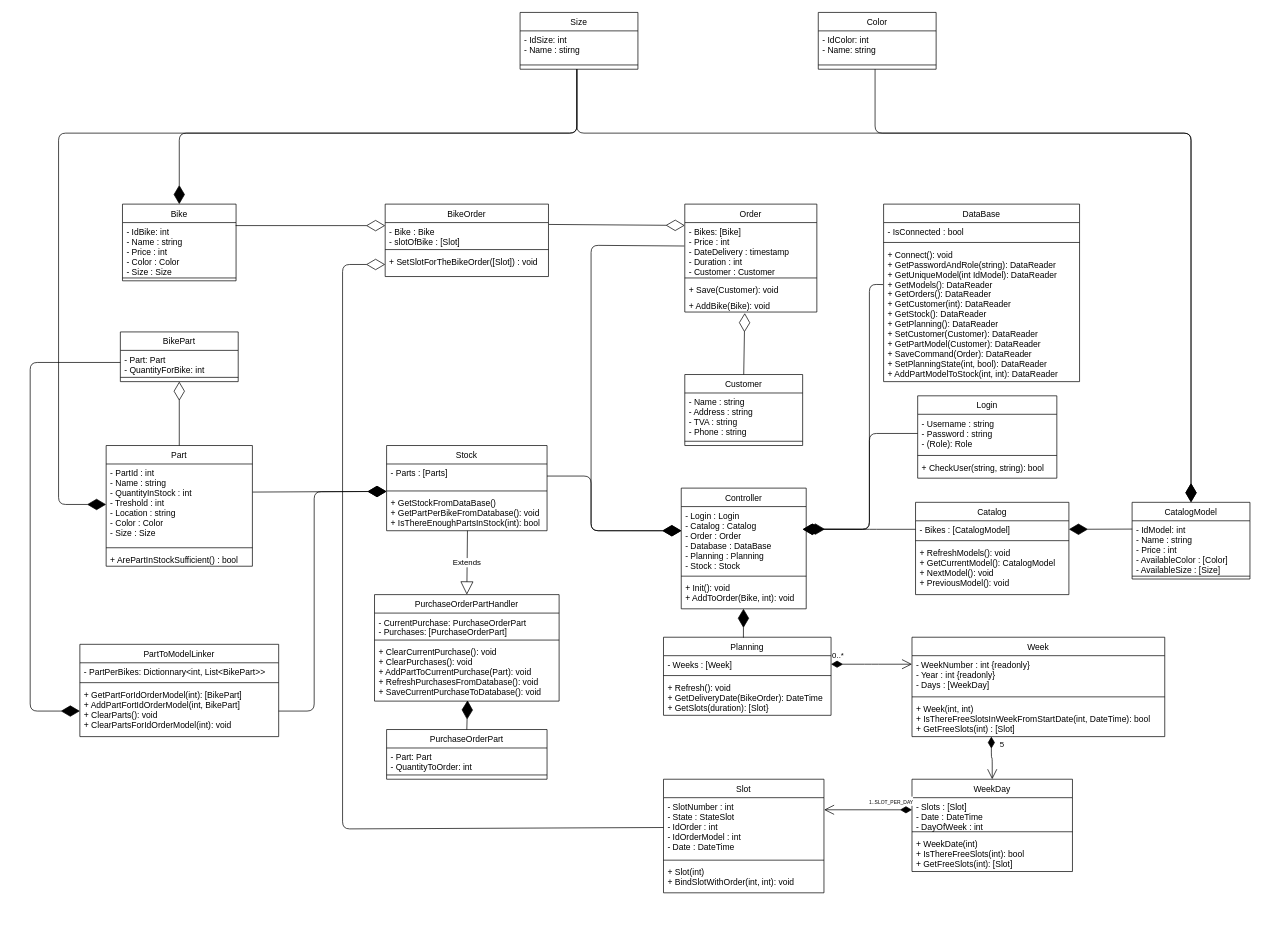
alex210501/GigaBike keeps this draw.io diagram as Diagrams/ClassDiagram.drawio. Above is the earlier version. Source tidied: cells renumbered, new cells numbered last; positions are measured from the earlier drawing's top-left corner, leaving out a move shared by most shapes. Both pictures are drawn from the tidied source at 71%, with x=0, y=0 at pixel (30, 12).
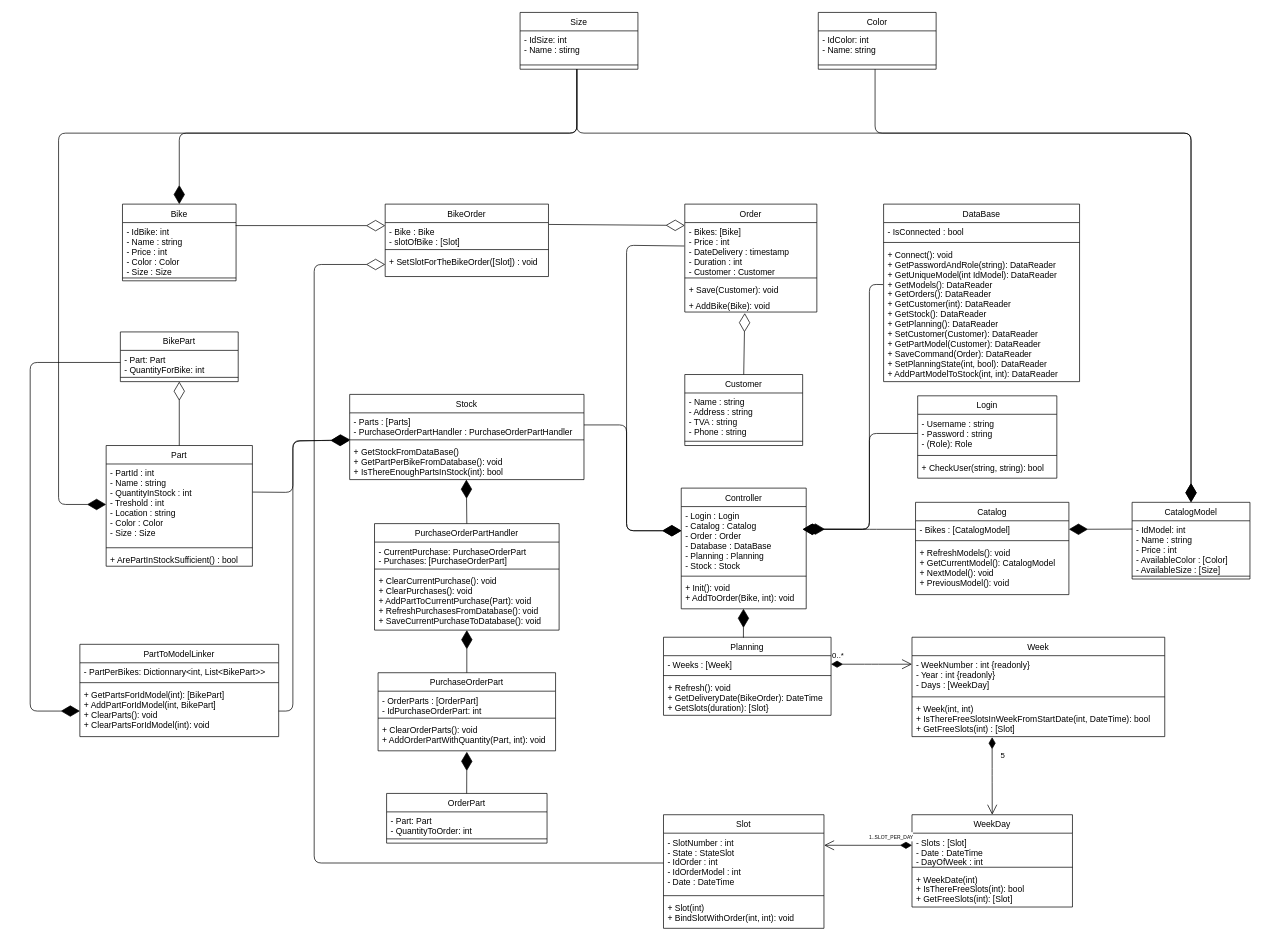
After the change.

Commit message (it also covers changes not shown here):
Add PurchaseOrderPart, PurchaseOrderPartHandler and OrderPart class

Unchanged cells that the change refers to:
```xml
<mxCell id="3" value="- Bikes: [Bike]&#10;- Price : int&#10;- DateDelivery : timestamp&#10;- Duration : int&#10;- Customer : Customer" style="text;align=left;verticalAlign=top;spacingLeft=4;spacingRight=4;overflow=hidden;points=[[0,0.5],[1,0.5]];portConstraint=eastwest;" parent="2" vertex="1">
  <mxGeometry y="26" width="186" height="74" as="geometry" />
</mxCell>
<mxCell id="27" value="- Login : Login&#10;- Catalog : Catalog&#10;- Order : Order&#10;- Database : DataBase&#10;- Planning : Planning&#10;- Stock : Stock" style="text;align=left;verticalAlign=top;spacingLeft=4;spacingRight=4;overflow=hidden;points=[[0,0.5],[1,0.5]];portConstraint=eastwest;" parent="26" vertex="1">
  <mxGeometry y="26" width="176" height="94" as="geometry" />
</mxCell>
<mxCell id="55" value="+ SetSlotForTheBikeOrder([Slot]) : void&#10;" style="text;align=left;verticalAlign=top;spacingLeft=4;spacingRight=4;overflow=hidden;points=[[0,0.5],[1,0.5]];portConstraint=eastwest;" parent="52" vertex="1">
  <mxGeometry y="68" width="230" height="34" as="geometry" />
</mxCell>
<mxCell id="60" value="+ Week(int, int)&#10;+ IsThereFreeSlotsInWeekFromStartDate(int, DateTime): bool&#10;+ GetFreeSlots(int) : [Slot]" style="text;align=left;verticalAlign=top;spacingLeft=4;spacingRight=4;overflow=hidden;points=[[0,0.5],[1,0.5]];portConstraint=eastwest;" parent="57" vertex="1">
  <mxGeometry y="88" width="356" height="52" as="geometry" />
</mxCell>
<mxCell id="66" value="- SlotNumber : int&#10;- State : StateSlot&#10;- IdOrder : int&#10;- IdOrderModel : int&#10;- Date : DateTime" style="text;align=left;verticalAlign=top;spacingLeft=4;spacingRight=4;overflow=hidden;points=[[0,0.5],[1,0.5]];portConstraint=eastwest;" parent="65" vertex="1">
  <mxGeometry y="26" width="226" height="84" as="geometry" />
</mxCell>
<mxCell id="76" value="- PartId : int&#10;- Name : string&#10;- QuantityInStock : int&#10;- Treshold : int&#10;- Location : string&#10;- Color : Color&#10;- Size : Size" style="text;align=left;verticalAlign=top;spacingLeft=4;spacingRight=4;overflow=hidden;points=[[0,0.5],[1,0.5]];portConstraint=eastwest;" parent="75" vertex="1">
  <mxGeometry y="26" width="206" height="114" as="geometry" />
</mxCell>
<mxCell id="90" value="+ ClearCurrentPurchase(): void&#10;+ ClearPurchases(): void&#10;+ AddPartToCurrentPurchase(Part): void&#10;+ RefreshPurchasesFromDatabase(): void&#10;+ SaveCurrentPurchaseToDatabase(): void" style="text;align=left;verticalAlign=top;spacingLeft=4;spacingRight=4;overflow=hidden;points=[[0,0.5],[1,0.5]];portConstraint=eastwest;" parent="87" vertex="1">
  <mxGeometry y="68" width="260" height="82" as="geometry" />
</mxCell>
<mxCell id="98" value="PartToModelLinker" style="swimlane;fontStyle=0;align=center;verticalAlign=top;horizontal=1;startSize=26;rounded=0;shadow=0;strokeWidth=1;" parent="1" vertex="1">
  <mxGeometry x="70" y="890" width="280" height="130" as="geometry" />
</mxCell>
```

Change to the diagram source:
```diff
@@
     <mxCell id="33" style="endArrow=diamondThin;endFill=1;endSize=24;html=1;exitX=-0.004;exitY=0.446;exitDx=0;exitDy=0;exitPerimeter=0;" parent="1" edge="1" source="3">
       <mxGeometry relative="1" as="geometry">
         <mxPoint x="917" y="730" as="targetPoint" />
         <Array as="points">
-          <mxPoint x="790" y="328" />
-          <mxPoint x="790" y="730" />
+          <mxPoint x="840" y="328" />
+          <mxPoint x="840" y="730" />
         </Array>
       </mxGeometry>
     </mxCell>
@@
     <mxCell id="61" value="WeekDay" style="swimlane;fontStyle=0;align=center;verticalAlign=top;horizontal=1;startSize=26;rounded=0;shadow=0;strokeWidth=1;" parent="1" vertex="1">
-      <mxGeometry x="1242" y="1080" width="226" height="130" as="geometry" />
+      <mxGeometry x="1242" y="1130" width="226" height="130" as="geometry" />
     </mxCell>
@@
     <mxCell id="65" value="Slot" style="swimlane;fontStyle=0;align=center;verticalAlign=top;horizontal=1;startSize=26;rounded=0;shadow=0;strokeWidth=1;" parent="1" vertex="1">
-      <mxGeometry x="892" y="1080" width="226" height="160" as="geometry" />
+      <mxGeometry x="892" y="1130" width="226" height="160" as="geometry" />
     </mxCell>
@@
-    <mxCell id="70" value="5" style="endArrow=open;html=1;endSize=12;startArrow=diamondThin;startSize=14;startFill=1;edgeStyle=orthogonalEdgeStyle;align=left;verticalAlign=bottom;exitX=0.314;exitY=0.999;exitDx=0;exitDy=0;exitPerimeter=0;entryX=0.5;entryY=0;entryDx=0;entryDy=0;" parent="1" edge="1" source="60" target="61">
+    <mxCell id="70" value="5" style="endArrow=open;html=1;endSize=12;startArrow=diamondThin;startSize=14;startFill=1;edgeStyle=orthogonalEdgeStyle;align=left;verticalAlign=bottom;exitX=0.317;exitY=1.015;exitDx=0;exitDy=0;exitPerimeter=0;entryX=0.5;entryY=0;entryDx=0;entryDy=0;" parent="1" edge="1" source="60" target="61">
       <mxGeometry x="-0.36" y="10" relative="1" as="geometry" />
     </mxCell>
@@
     <mxCell id="79" value="Stock" style="swimlane;fontStyle=0;align=center;verticalAlign=top;horizontal=1;startSize=26;rounded=0;shadow=0;strokeWidth=1;" parent="1" vertex="1">
-      <mxGeometry x="502" y="610" width="226" height="120" as="geometry" />
+      <mxGeometry x="450" y="538" width="330" height="120" as="geometry" />
     </mxCell>
-    <mxCell id="80" value="- Parts : [Parts]" style="text;align=left;verticalAlign=top;spacingLeft=4;spacingRight=4;overflow=hidden;points=[[0,0.5],[1,0.5]];portConstraint=eastwest;" parent="79" vertex="1">
-      <mxGeometry y="26" width="226" height="34" as="geometry" />
+    <mxCell id="80" value="- Parts : [Parts]&#10;- PurchaseOrderPartHandler : PurchaseOrderPartHandler" style="text;align=left;verticalAlign=top;spacingLeft=4;spacingRight=4;overflow=hidden;points=[[0,0.5],[1,0.5]];portConstraint=eastwest;" parent="79" vertex="1">
+      <mxGeometry y="26" width="330" height="34" as="geometry" />
     </mxCell>
     <mxCell id="81" style="line;html=1;strokeWidth=1;align=left;verticalAlign=middle;spacingTop=-1;spacingLeft=3;spacingRight=3;labelPosition=right;points=[];portConstraint=eastwest;" parent="79" vertex="1">
-      <mxGeometry y="60" width="226" height="8" as="geometry" />
+      <mxGeometry y="60" width="330" height="8" as="geometry" />
     </mxCell>
     <mxCell id="82" value="+ GetStockFromDataBase()&#10;+ GetPartPerBikeFromDatabase(): void&#10;+ IsThereEnoughPartsInStock(int): bool" style="text;align=left;verticalAlign=top;spacingLeft=4;spacingRight=4;overflow=hidden;points=[[0,0.5],[1,0.5]];portConstraint=eastwest;" parent="79" vertex="1">
-      <mxGeometry y="68" width="226" height="52" as="geometry" />
+      <mxGeometry y="68" width="330" height="52" as="geometry" />
     </mxCell>
-    <mxCell id="83" style="endArrow=diamondThin;endFill=1;endSize=24;html=1;exitX=1.002;exitY=0.347;exitDx=0;exitDy=0;exitPerimeter=0;" parent="1" edge="1" source="76" target="81">
-      <mxGeometry relative="1" as="geometry" />
+    <mxCell id="83" style="endArrow=diamondThin;endFill=1;endSize=24;html=1;exitX=1.002;exitY=0.347;exitDx=0;exitDy=0;exitPerimeter=0;entryX=0.002;entryY=0.471;entryDx=0;entryDy=0;entryPerimeter=0;" parent="1" edge="1" source="76" target="81">
+      <mxGeometry relative="1" as="geometry">
+        <Array as="points">
+          <mxPoint x="370" y="676" />
+          <mxPoint x="370" y="604" />
+        </Array>
+      </mxGeometry>
     </mxCell>
     <mxCell id="84" style="endArrow=diamondThin;endFill=1;endSize=24;html=1;entryX=0.003;entryY=0.362;entryDx=0;entryDy=0;entryPerimeter=0;exitX=1;exitY=0.5;exitDx=0;exitDy=0;" parent="1" edge="1" source="80" target="27">
       <mxGeometry relative="1" as="geometry">
         <Array as="points">
-          <mxPoint x="790" y="653" />
-          <mxPoint x="790" y="730" />
+          <mxPoint x="840" y="581" />
+          <mxPoint x="840" y="730" />
         </Array>
       </mxGeometry>
     </mxCell>
@@
     <mxCell id="86" style="endArrow=diamondThin;endFill=0;endSize=24;html=1;exitX=0;exitY=0.5;exitDx=0;exitDy=0;entryX=0;entryY=0.5;entryDx=0;entryDy=0;" parent="1" edge="1" source="66" target="55">
       <mxGeometry relative="1" as="geometry">
         <Array as="points">
-          <mxPoint x="440" y="1150" />
-          <mxPoint x="440" y="355" />
+          <mxPoint x="400" y="1198" />
+          <mxPoint x="400" y="355" />
         </Array>
       </mxGeometry>
     </mxCell>
     <mxCell id="87" value="PurchaseOrderPartHandler" style="swimlane;fontStyle=0;align=center;verticalAlign=top;horizontal=1;startSize=26;rounded=0;shadow=0;strokeWidth=1;" parent="1" vertex="1">
-      <mxGeometry x="485" y="820" width="260" height="150" as="geometry" />
+      <mxGeometry x="485" y="720" width="260" height="150" as="geometry" />
     </mxCell>
@@
-    <mxCell id="91" value="Extends" style="endArrow=block;endSize=16;endFill=0;html=1;exitX=0.504;exitY=1;exitDx=0;exitDy=0;entryX=0.5;entryY=0;entryDx=0;entryDy=0;exitPerimeter=0;" parent="1" edge="1" source="82" target="87">
-      <mxGeometry relative="1" as="geometry" />
-    </mxCell>
     <mxCell id="92" value="PurchaseOrderPart" style="swimlane;fontStyle=0;align=center;verticalAlign=top;horizontal=1;startSize=26;rounded=0;shadow=0;strokeWidth=1;" parent="1" vertex="1">
-      <mxGeometry x="502" y="1010" width="226" height="70" as="geometry" />
+      <mxGeometry x="490" y="930" width="250" height="110" as="geometry" />
     </mxCell>
-    <mxCell id="93" value="- Part: Part&#10;- QuantityToOrder: int" style="text;align=left;verticalAlign=top;spacingLeft=4;spacingRight=4;overflow=hidden;" parent="92" vertex="1">
-      <mxGeometry y="26" width="226" height="34" as="geometry" />
+    <mxCell id="93" value="- OrderParts : [OrderPart]&#10;- IdPurchaseOrderPart: int" style="text;align=left;verticalAlign=top;spacingLeft=4;spacingRight=4;overflow=hidden;" parent="92" vertex="1">
+      <mxGeometry y="26" width="250" height="34" as="geometry" />
     </mxCell>
     <mxCell id="94" style="line;html=1;strokeWidth=1;align=left;verticalAlign=middle;spacingTop=-1;spacingLeft=3;spacingRight=3;labelPosition=right;" parent="92" vertex="1">
-      <mxGeometry y="60" width="226" height="8" as="geometry" />
+      <mxGeometry y="60" width="250" height="8" as="geometry" />
     </mxCell>
+    <mxCell id="104" value="+ ClearOrderParts(): void&#10;+ AddOrderPartWithQuantity(Part, int): void" style="text;align=left;verticalAlign=top;spacingLeft=4;spacingRight=4;overflow=hidden;points=[[0,0.5],[1,0.5]];portConstraint=eastwest;" parent="92" vertex="1">
+      <mxGeometry y="68" width="250" height="42" as="geometry" />
+    </mxCell>
-    <mxCell id="95" style="endArrow=diamondThin;endFill=1;endSize=24;html=1;exitX=0.5;exitY=0;exitDx=0;exitDy=0;" parent="1" edge="1" source="92">
-      <mxGeometry relative="1" as="geometry">
-        <mxPoint x="616" y="969" as="targetPoint" />
-      </mxGeometry>
+    <mxCell id="95" style="endArrow=diamondThin;endFill=1;endSize=24;html=1;exitX=0.5;exitY=0;exitDx=0;exitDy=0;entryX=0.5;entryY=1;entryDx=0;entryDy=0;entryPerimeter=0;" parent="1" edge="1" source="92" target="90">
+      <mxGeometry relative="1" as="geometry" />
     </mxCell>
@@
-    <mxCell id="101" value="+ GetPartForIdOrderModel(int): [BikePart]&#10;+ AddPartFortIdOrderModel(int, BikePart]&#10;+ ClearParts(): void&#10;+ ClearPartsForIdOrderModel(int): void" style="text;align=left;verticalAlign=top;spacingLeft=4;spacingRight=4;overflow=hidden;points=[[0,0.5],[1,0.5]];portConstraint=eastwest;" parent="98" vertex="1">
+    <mxCell id="101" value="+ GetPartsForIdModel(int): [BikePart]&#10;+ AddPartForIdModel(int, BikePart]&#10;+ ClearParts(): void&#10;+ ClearPartsForIdModel(int): void" style="text;align=left;verticalAlign=top;spacingLeft=4;spacingRight=4;overflow=hidden;points=[[0,0.5],[1,0.5]];portConstraint=eastwest;" parent="98" vertex="1">
       <mxGeometry y="58" width="280" height="72" as="geometry" />
     </mxCell>
-    <mxCell id="102" style="endArrow=diamondThin;endFill=1;endSize=24;html=1;exitX=1;exitY=0.5;exitDx=0;exitDy=0;entryX=0;entryY=0.596;entryDx=0;entryDy=0;entryPerimeter=0;" parent="1" edge="1" source="101" target="81">
+    <mxCell id="102" style="endArrow=diamondThin;endFill=1;endSize=24;html=1;exitX=1;exitY=0.5;exitDx=0;exitDy=0;" parent="1" edge="1" source="101">
       <mxGeometry relative="1" as="geometry">
+        <mxPoint x="450" y="603" as="targetPoint" />
         <Array as="points">
-          <mxPoint x="400" y="984" />
-          <mxPoint x="400" y="675" />
+          <mxPoint x="370" y="984" />
+          <mxPoint x="370" y="603" />
+          <mxPoint x="420" y="603" />
         </Array>
       </mxGeometry>
     </mxCell>
@@
+    <mxCell id="105" style="endArrow=diamondThin;endFill=1;endSize=24;html=1;exitX=0.5;exitY=0;exitDx=0;exitDy=0;entryX=0.498;entryY=1;entryDx=0;entryDy=0;entryPerimeter=0;" parent="1" edge="1" source="87" target="82">
+      <mxGeometry relative="1" as="geometry" />
+    </mxCell>
+    <mxCell id="106" value="OrderPart" style="swimlane;fontStyle=0;align=center;verticalAlign=top;horizontal=1;startSize=26;rounded=0;shadow=0;strokeWidth=1;" parent="1" vertex="1">
+      <mxGeometry x="502" y="1100" width="226" height="70" as="geometry" />
+    </mxCell>
+    <mxCell id="107" value="- Part: Part&#10;- QuantityToOrder: int" style="text;align=left;verticalAlign=top;spacingLeft=4;spacingRight=4;overflow=hidden;" parent="106" vertex="1">
+      <mxGeometry y="26" width="226" height="34" as="geometry" />
+    </mxCell>
+    <mxCell id="108" style="line;html=1;strokeWidth=1;align=left;verticalAlign=middle;spacingTop=-1;spacingLeft=3;spacingRight=3;labelPosition=right;" parent="106" vertex="1">
+      <mxGeometry y="60" width="226" height="8" as="geometry" />
+    </mxCell>
+    <mxCell id="109" style="endArrow=diamondThin;endFill=1;endSize=24;html=1;entryX=0.5;entryY=1.032;entryDx=0;entryDy=0;entryPerimeter=0;" parent="1" edge="1" target="104">
+      <mxGeometry relative="1" as="geometry">
+        <mxPoint x="614.8" y="1100" as="sourcePoint" />
+      </mxGeometry>
+    </mxCell>
```
